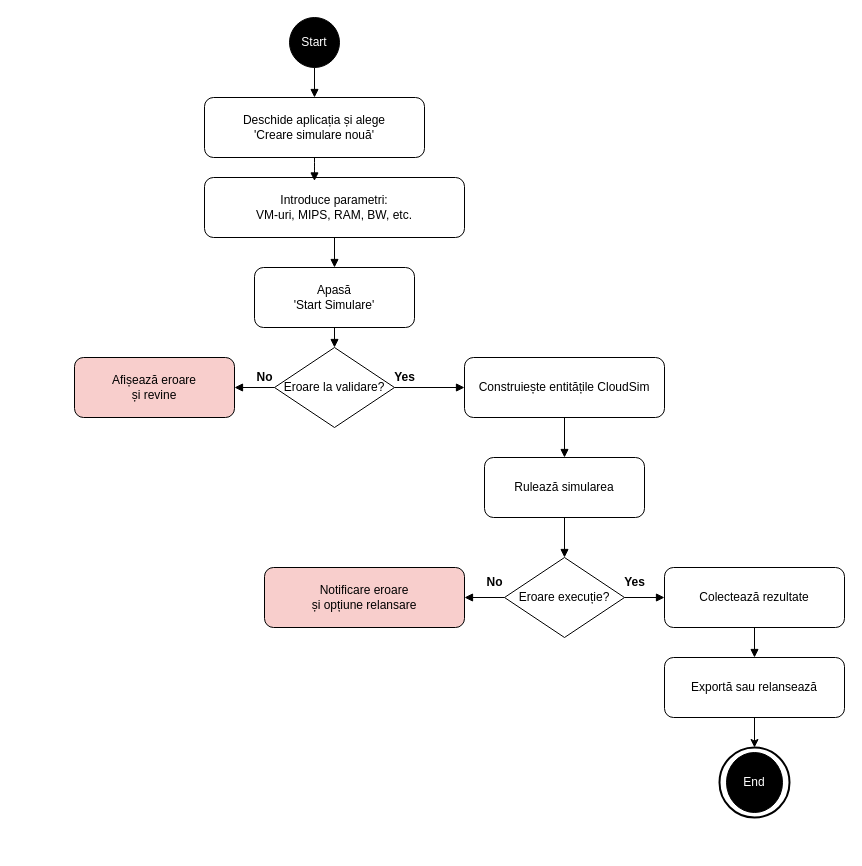
TaniaCarina/SchedCloud keeps this draw.io diagram as simulare_flowchart.drawio. Above is the earlier version. Source tidied: cells renumbered, new cells numbered last; positions are measured from the earlier drawing's top-left corner, leaving out a move shared by most shapes. Both pictures are drawn from the tidied source at 100%, with x=0, y=0 at pixel (74, 17).
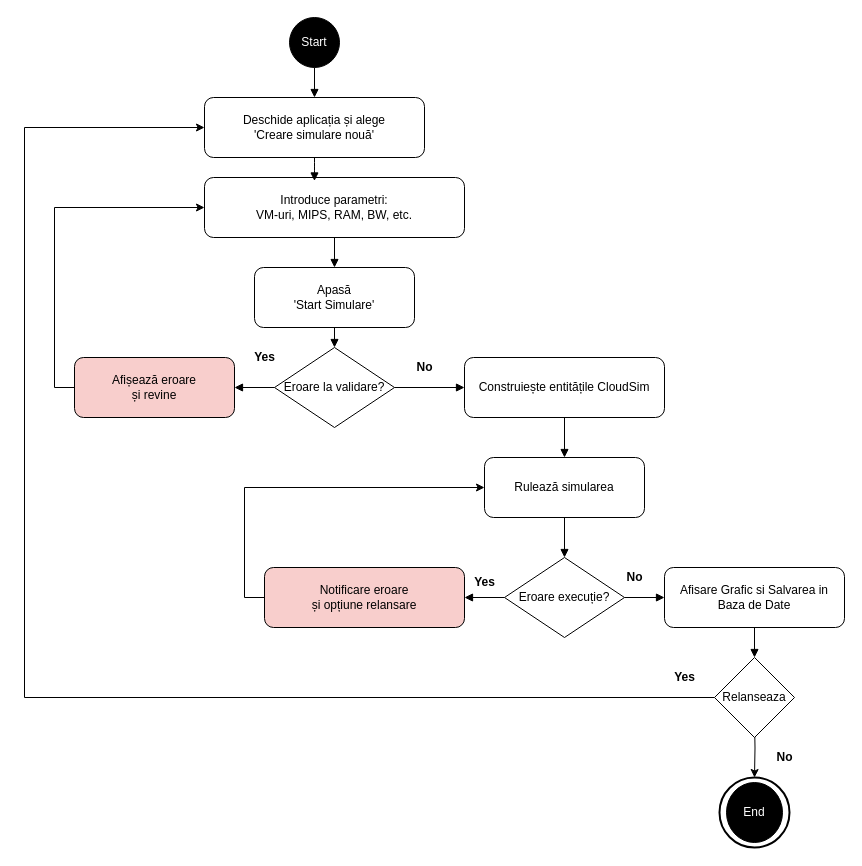
The same page after the edit.

The change refers to these unchanged cells:
```xml
<mxCell id="3" value="Deschide aplicația și alege &#10; 'Creare simulare nouă'" style="rounded=1;whiteSpace=wrap;html=1;" parent="1" vertex="1">
  <mxGeometry x="130" y="80" width="220" height="60" as="geometry" />
</mxCell>
<mxCell id="4" value="Introduce parametri:&#10;VM-uri, MIPS, RAM, BW, etc." style="rounded=1;whiteSpace=wrap;html=1;" parent="1" vertex="1">
  <mxGeometry x="130" y="160" width="260" height="60" as="geometry" />
</mxCell>
<mxCell id="7" value="Afișează eroare&#10; și revine" style="rounded=1;whiteSpace=wrap;html=1;fillColor=#f8cecc;" parent="1" vertex="1">
  <mxGeometry y="340" width="160" height="60" as="geometry" />
</mxCell>
<mxCell id="9" value="Rulează simularea" style="rounded=1;whiteSpace=wrap;html=1;" parent="1" vertex="1">
  <mxGeometry x="410" y="440" width="160" height="60" as="geometry" />
</mxCell>
<mxCell id="11" value="Notificare eroare&#10; și opțiune relansare" style="rounded=1;whiteSpace=wrap;html=1;fillColor=#f8cecc;" parent="1" vertex="1">
  <mxGeometry x="190" y="550" width="200" height="60" as="geometry" />
</mxCell>
```

Change to the diagram source:
```diff
@@
+    <mxCell id="33" style="edgeStyle=orthogonalEdgeStyle;rounded=0;jettySize=auto;html=1;exitX=0;exitY=0.5;exitDx=0;exitDy=0;entryX=0;entryY=0.5;entryDx=0;entryDy=0;" parent="1" edge="1" source="7" target="4">
+      <mxGeometry relative="1" as="geometry" />
+    </mxCell>
@@
+    <mxCell id="34" style="edgeStyle=orthogonalEdgeStyle;rounded=0;jettySize=auto;html=1;exitX=0;exitY=0.5;exitDx=0;exitDy=0;entryX=0;entryY=0.5;entryDx=0;entryDy=0;" parent="1" edge="1" source="11" target="9">
+      <mxGeometry relative="1" as="geometry" />
+    </mxCell>
@@
-    <mxCell id="12" value="Colectează rezultate" style="rounded=1;whiteSpace=wrap;html=1;" parent="1" vertex="1">
+    <mxCell id="12" value="Afisare Grafic si Salvarea in Baza de Date" style="rounded=1;whiteSpace=wrap;html=1;" parent="1" vertex="1">
       <mxGeometry x="590" y="550" width="180" height="60" as="geometry" />
     </mxCell>
-    <mxCell id="13" value="Exportă sau relansează" style="rounded=1;whiteSpace=wrap;html=1;" parent="1" vertex="1">
-      <mxGeometry x="590" y="640" width="180" height="60" as="geometry" />
-    </mxCell>
@@
-    <mxCell id="24" style="endArrow=block;" parent="1" edge="1" source="12" target="13">
-      <mxGeometry relative="1" as="geometry" />
+    <mxCell id="24" style="endArrow=block;" parent="1" edge="1" source="12">
+      <mxGeometry relative="1" as="geometry">
+        <mxPoint x="680" y="640" as="targetPoint" />
+      </mxGeometry>
     </mxCell>
@@
     <mxCell id="26" style="strokeWidth=2;html=1;shape=mxgraph.flowchart.start_2;whiteSpace=wrap;" parent="1" vertex="1">
-      <mxGeometry x="645" y="730" width="70" height="70" as="geometry" />
+      <mxGeometry x="645" y="760" width="70" height="70" as="geometry" />
     </mxCell>
     <mxCell id="27" value="&lt;font style=&quot;color: rgb(255, 255, 255);&quot;&gt;End&lt;/font&gt;" style="ellipse;whiteSpace=wrap;html=1;fillColor=#000000;" parent="1" vertex="1">
-      <mxGeometry x="652" y="735" width="56" height="60" as="geometry" />
+      <mxGeometry x="652" y="765" width="56" height="60" as="geometry" />
     </mxCell>
-    <mxCell id="28" style="edgeStyle=orthogonalEdgeStyle;rounded=0;jettySize=auto;html=1;entryX=0.5;entryY=0;entryDx=0;entryDy=0;entryPerimeter=0;" parent="1" edge="1" source="13" target="26">
-      <mxGeometry relative="1" as="geometry" />
+    <mxCell id="28" style="edgeStyle=orthogonalEdgeStyle;rounded=0;jettySize=auto;html=1;entryX=0.5;entryY=0;entryDx=0;entryDy=0;entryPerimeter=0;" parent="1" edge="1" target="26">
+      <mxGeometry relative="1" as="geometry">
+        <mxPoint x="680" y="700" as="sourcePoint" />
+      </mxGeometry>
     </mxCell>
     <mxCell id="29" value="Yes" style="text;align=center;fontStyle=1;verticalAlign=middle;spacingLeft=3;spacingRight=3;strokeColor=none;html=1;" parent="1" vertex="1">
-      <mxGeometry x="540" y="555" width="40" height="20" as="geometry" />
+      <mxGeometry x="390" y="555" width="40" height="20" as="geometry" />
     </mxCell>
     <mxCell id="30" value="No" style="text;align=center;fontStyle=1;verticalAlign=middle;spacingLeft=3;spacingRight=3;strokeColor=none;html=1;" parent="1" vertex="1">
-      <mxGeometry x="400" y="555" width="40" height="20" as="geometry" />
+      <mxGeometry x="540" y="550" width="40" height="20" as="geometry" />
     </mxCell>
     <mxCell id="31" value="Yes" style="text;align=center;fontStyle=1;verticalAlign=middle;spacingLeft=3;spacingRight=3;strokeColor=none;html=1;" parent="1" vertex="1">
-      <mxGeometry x="310" y="350" width="40" height="20" as="geometry" />
+      <mxGeometry x="170" y="330" width="40" height="20" as="geometry" />
     </mxCell>
     <mxCell id="32" value="No" style="text;align=center;fontStyle=1;verticalAlign=middle;spacingLeft=3;spacingRight=3;strokeColor=none;html=1;" parent="1" vertex="1">
-      <mxGeometry x="170" y="350" width="40" height="20" as="geometry" />
+      <mxGeometry x="330" y="340" width="40" height="20" as="geometry" />
     </mxCell>
+    <mxCell id="35" style="edgeStyle=orthogonalEdgeStyle;rounded=0;jettySize=auto;html=1;entryX=0;entryY=0.5;entryDx=0;entryDy=0;" parent="1" edge="1" source="36" target="3">
+      <mxGeometry relative="1" as="geometry">
+        <Array as="points">
+          <mxPoint x="-50" y="680" />
+          <mxPoint x="-50" y="110" />
+        </Array>
+      </mxGeometry>
+    </mxCell>
+    <mxCell id="36" value="Relanseaza" style="rhombus;whiteSpace=wrap;html=1;" parent="1" vertex="1">
+      <mxGeometry x="640" y="640" width="80" height="80" as="geometry" />
+    </mxCell>
+    <mxCell id="37" value="No" style="text;align=center;fontStyle=1;verticalAlign=middle;spacingLeft=3;spacingRight=3;strokeColor=none;html=1;" parent="1" vertex="1">
+      <mxGeometry x="690" y="730" width="40" height="20" as="geometry" />
+    </mxCell>
+    <mxCell id="38" value="Yes" style="text;align=center;fontStyle=1;verticalAlign=middle;spacingLeft=3;spacingRight=3;strokeColor=none;html=1;" parent="1" vertex="1">
+      <mxGeometry x="590" y="650" width="40" height="20" as="geometry" />
+    </mxCell>
```
